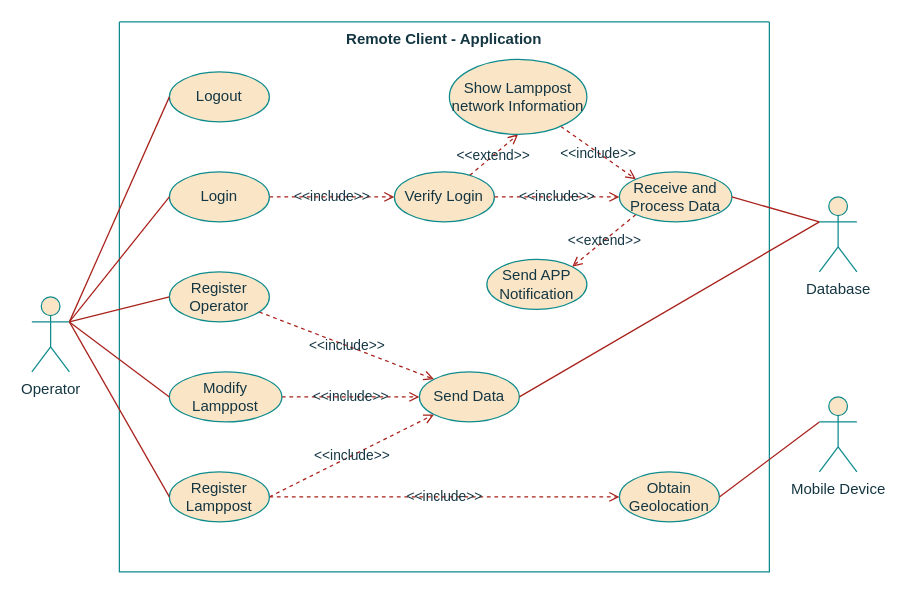
This is page "AppSystem_UseCases" (1 of 6) of project/report/flowcharts/RemoteSystem.drawio from ESRGgroup9/slipad, a draw.io file, before an edit. Source tidied: cells renumbered, new cells numbered last; positions are measured from the earlier drawing's top-left corner, leaving out a move shared by most shapes. Both pictures are drawn from the tidied source at 125%, with x=0, y=0 at pixel (31, 21).
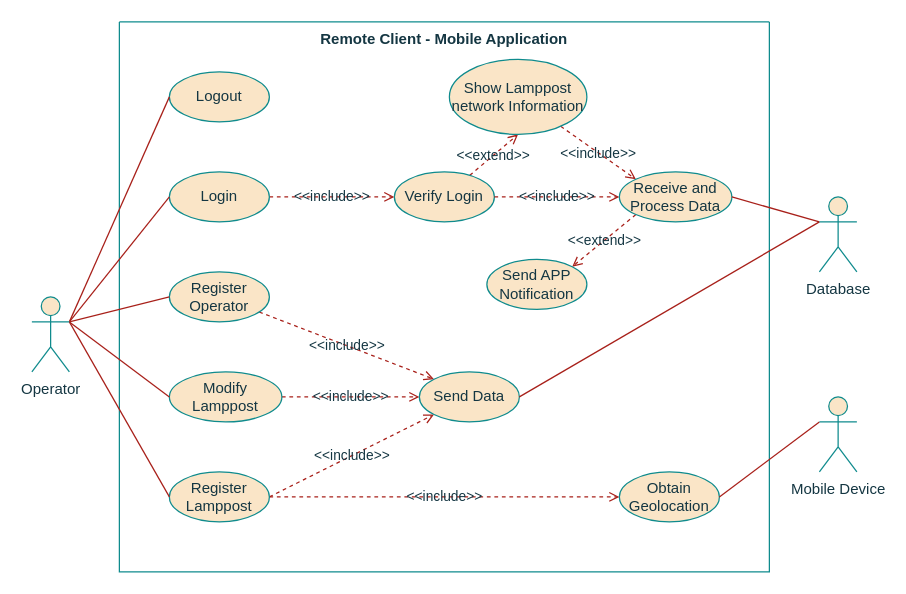
After the change.

What changed in the source:
```diff
@@
-    <mxCell id="2" value="Remote Client - Application " style="swimlane;startSize=0;verticalAlign=top;fillColor=#FAE5C7;strokeColor=#0F8B8D;fontColor=#143642;" parent="1" vertex="1">
+    <mxCell id="2" value="Remote Client - Mobile Application " style="swimlane;startSize=0;verticalAlign=top;fillColor=#FAE5C7;strokeColor=#0F8B8D;fontColor=#143642;" parent="1" vertex="1">
       <mxGeometry x="70" width="520" height="440" as="geometry" />
     </mxCell>
```
